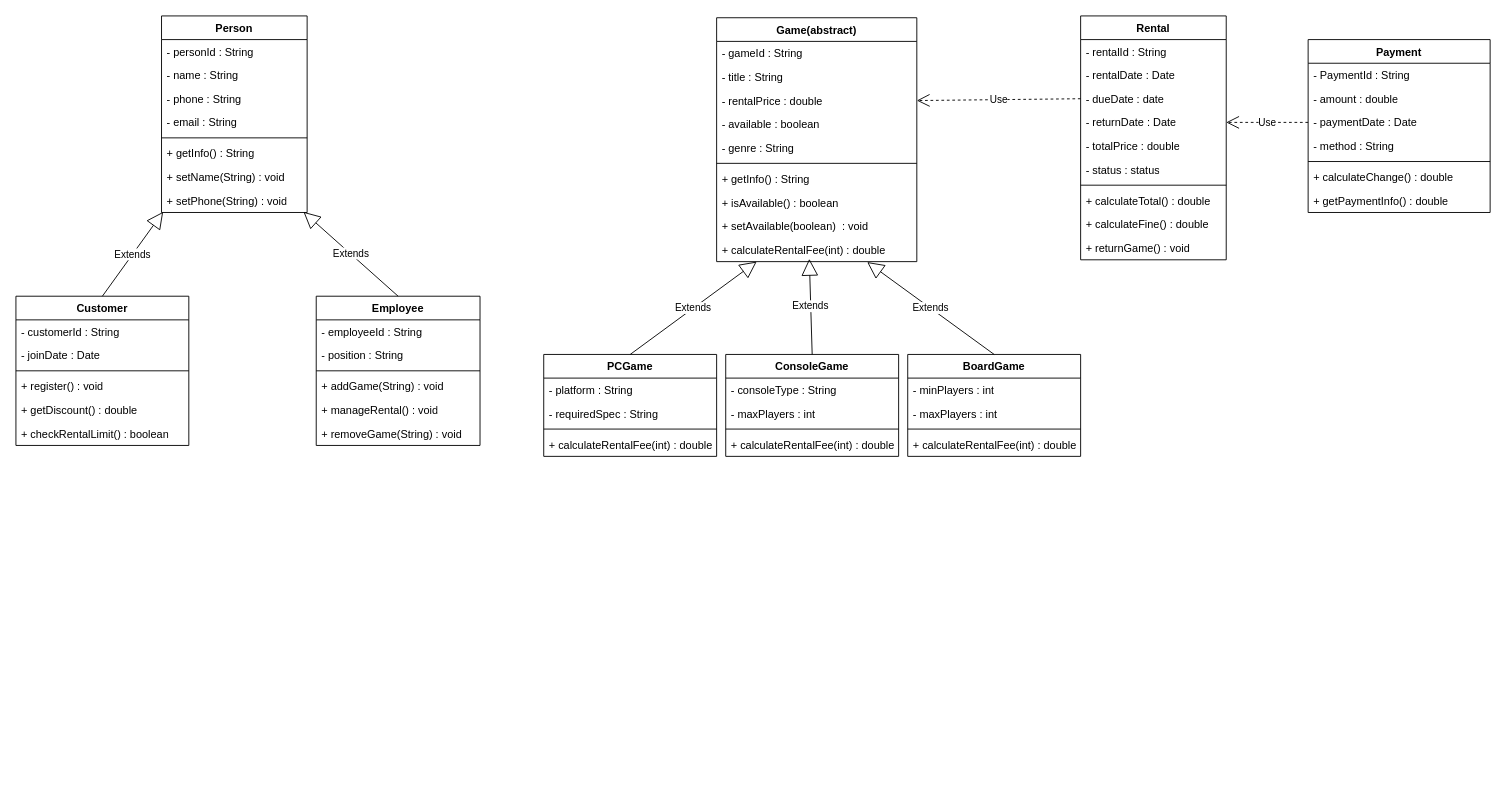
This is uml_project.drawio from narukami0x3/OOP_PROJECT, a draw.io file, before an edit. Source tidied: cells renumbered, new cells numbered last; positions are measured from the earlier drawing's top-left corner, leaving out a move shared by most shapes. Both pictures are drawn from the tidied source at 91%, with x=0, y=0 at pixel (15, 15).
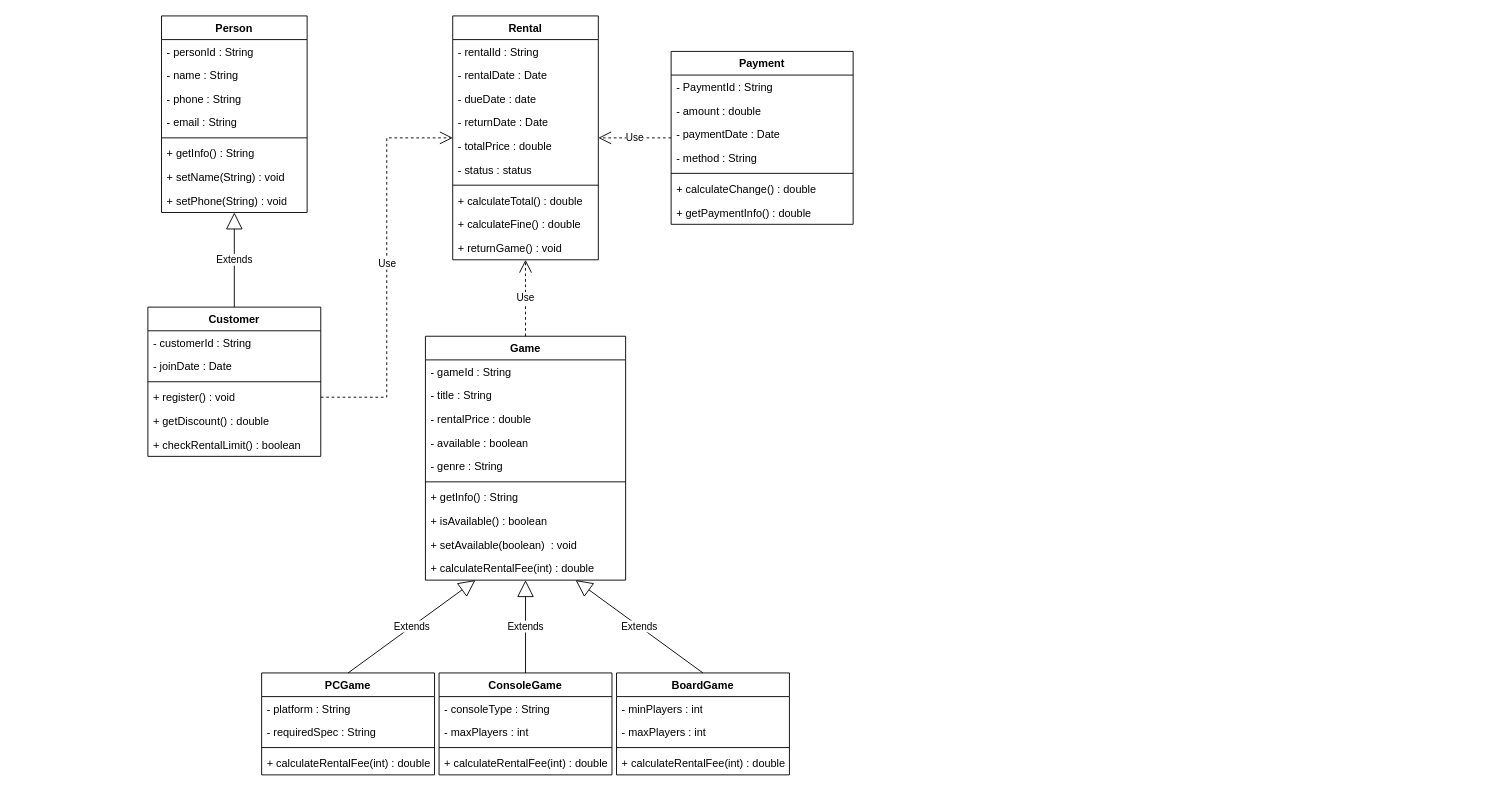
The same page after the edit.

The change refers to these unchanged cells:
```xml
<mxCell id="2" value="Person" style="swimlane;fontStyle=1;align=center;verticalAlign=top;horizontal=1;startSize=26;whiteSpace=wrap;html=1;" parent="1" vertex="1">
  <mxGeometry x="160" width="160" height="216" as="geometry" />
</mxCell>
<mxCell id="10" value="+ setPhone(String) : void" style="text;strokeColor=none;fillColor=none;align=left;verticalAlign=top;spacingLeft=4;spacingRight=4;overflow=hidden;points=[[0,0.5],[1,0.5]];portConstraint=eastwest;whiteSpace=wrap;html=1;" parent="2" vertex="1">
  <mxGeometry y="190" width="160" height="26" as="geometry" />
</mxCell>
<mxCell id="15" value="+ register() : void" style="text;strokeColor=none;fillColor=none;align=left;verticalAlign=top;spacingLeft=4;spacingRight=4;overflow=hidden;points=[[0,0.5],[1,0.5]];portConstraint=eastwest;whiteSpace=wrap;html=1;" parent="11" vertex="1">
  <mxGeometry y="86" width="190" height="26" as="geometry" />
</mxCell>
<mxCell id="28" value="- rentalPrice : double" style="text;strokeColor=none;fillColor=none;align=left;verticalAlign=top;spacingLeft=4;spacingRight=4;overflow=hidden;points=[[0,0.5],[1,0.5]];portConstraint=eastwest;whiteSpace=wrap;html=1;" parent="25" vertex="1">
  <mxGeometry y="78" width="220" height="26" as="geometry" />
</mxCell>
<mxCell id="35" value="+ calculateRentalFee(int) : double" style="text;strokeColor=none;fillColor=none;align=left;verticalAlign=top;spacingLeft=4;spacingRight=4;overflow=hidden;points=[[0,0.5],[1,0.5]];portConstraint=eastwest;whiteSpace=wrap;html=1;" parent="25" vertex="1">
  <mxGeometry y="242" width="220" height="26" as="geometry" />
</mxCell>
<mxCell id="39" value="- dueDate : date" style="text;strokeColor=none;fillColor=none;align=left;verticalAlign=top;spacingLeft=4;spacingRight=4;overflow=hidden;points=[[0,0.5],[1,0.5]];portConstraint=eastwest;whiteSpace=wrap;html=1;" parent="36" vertex="1">
  <mxGeometry y="78" width="160" height="26" as="geometry" />
</mxCell>
<mxCell id="40" value="- returnDate : Date" style="text;strokeColor=none;fillColor=none;align=left;verticalAlign=top;spacingLeft=4;spacingRight=4;overflow=hidden;points=[[0,0.5],[1,0.5]];portConstraint=eastwest;whiteSpace=wrap;html=1;" parent="36" vertex="1">
  <mxGeometry y="104" width="160" height="26" as="geometry" />
</mxCell>
<mxCell id="70" value="- paymentDate : Date" style="text;strokeColor=none;fillColor=none;align=left;verticalAlign=top;spacingLeft=4;spacingRight=4;overflow=hidden;points=[[0,0.5],[1,0.5]];portConstraint=eastwest;whiteSpace=wrap;html=1;" parent="67" vertex="1">
  <mxGeometry y="78" width="200" height="26" as="geometry" />
</mxCell>
```

What changed in the source:
```diff
@@
     <mxCell id="11" value="Customer" style="swimlane;fontStyle=1;align=center;verticalAlign=top;horizontal=1;startSize=26;whiteSpace=wrap;html=1;" parent="1" vertex="1">
-      <mxGeometry y="308" width="190" height="164" as="geometry" />
+      <mxGeometry x="145" y="320" width="190" height="164" as="geometry" />
     </mxCell>
@@
-    <mxCell id="18" value="Employee" style="swimlane;fontStyle=1;align=center;verticalAlign=top;horizontal=1;startSize=26;whiteSpace=wrap;html=1;" parent="1" vertex="1">
-      <mxGeometry x="330" y="308" width="180" height="164" as="geometry" />
-    </mxCell>
-    <mxCell id="19" value="- employeeId : String" style="text;strokeColor=none;fillColor=none;align=left;verticalAlign=top;spacingLeft=4;spacingRight=4;overflow=hidden;whiteSpace=wrap;html=1;" parent="18" vertex="1">
-      <mxGeometry y="26" width="180" height="26" as="geometry" />
-    </mxCell>
-    <mxCell id="20" value="- position : String" style="text;strokeColor=none;fillColor=none;align=left;verticalAlign=top;spacingLeft=4;spacingRight=4;overflow=hidden;whiteSpace=wrap;html=1;" parent="18" vertex="1">
-      <mxGeometry y="52" width="180" height="26" as="geometry" />
-    </mxCell>
-    <mxCell id="21" style="line;strokeWidth=1;fillColor=none;align=left;verticalAlign=middle;spacingTop=-1;spacingLeft=3;spacingRight=3;labelPosition=right;strokeColor=inherit;" parent="18" vertex="1">
-      <mxGeometry y="78" width="180" height="8" as="geometry" />
-    </mxCell>
-    <mxCell id="22" value="+ addGame(String) : void" style="text;strokeColor=none;fillColor=none;align=left;verticalAlign=top;spacingLeft=4;spacingRight=4;overflow=hidden;whiteSpace=wrap;html=1;" parent="18" vertex="1">
-      <mxGeometry y="86" width="180" height="26" as="geometry" />
-    </mxCell>
-    <mxCell id="23" value="+ manageRental() : void" style="text;strokeColor=none;fillColor=none;align=left;verticalAlign=top;spacingLeft=4;spacingRight=4;overflow=hidden;whiteSpace=wrap;html=1;" parent="18" vertex="1">
-      <mxGeometry y="112" width="180" height="26" as="geometry" />
-    </mxCell>
-    <mxCell id="24" value="+ removeGame(String) : void" style="text;strokeColor=none;fillColor=none;align=left;verticalAlign=top;spacingLeft=4;spacingRight=4;overflow=hidden;whiteSpace=wrap;html=1;" parent="18" vertex="1">
-      <mxGeometry y="138" width="180" height="26" as="geometry" />
-    </mxCell>
-    <mxCell id="25" value="Game(abstract)" style="swimlane;fontStyle=1;align=center;verticalAlign=top;horizontal=1;startSize=26;whiteSpace=wrap;html=1;" parent="1" vertex="1">
-      <mxGeometry x="770" y="2" width="220" height="268" as="geometry" />
+    <mxCell id="25" value="Game" style="swimlane;fontStyle=1;align=center;verticalAlign=top;horizontal=1;startSize=26;whiteSpace=wrap;html=1;" parent="1" vertex="1">
+      <mxGeometry x="450" y="352" width="220" height="268" as="geometry" />
     </mxCell>
@@
     <mxCell id="36" value="Rental" style="swimlane;fontStyle=1;align=center;verticalAlign=top;horizontal=1;startSize=26;whiteSpace=wrap;html=1;" parent="1" vertex="1">
-      <mxGeometry x="1170" width="160" height="268" as="geometry" />
+      <mxGeometry x="480" width="160" height="268" as="geometry" />
     </mxCell>
@@
     <mxCell id="47" value="PCGame" style="swimlane;fontStyle=1;align=center;verticalAlign=top;horizontal=1;startSize=26;whiteSpace=wrap;html=1;" parent="1" vertex="1">
-      <mxGeometry x="580" y="372" width="190" height="112" as="geometry" />
+      <mxGeometry x="270" y="722" width="190" height="112" as="geometry" />
     </mxCell>
@@
     <mxCell id="52" value="ConsoleGame" style="swimlane;fontStyle=1;align=center;verticalAlign=top;horizontal=1;startSize=26;whiteSpace=wrap;html=1;" parent="1" vertex="1">
-      <mxGeometry x="780" y="372" width="190" height="112" as="geometry" />
+      <mxGeometry x="465" y="722" width="190" height="112" as="geometry" />
     </mxCell>
@@
     <mxCell id="57" value="BoardGame" style="swimlane;fontStyle=1;align=center;verticalAlign=top;horizontal=1;startSize=26;whiteSpace=wrap;html=1;" parent="1" vertex="1">
-      <mxGeometry x="980" y="372" width="190" height="112" as="geometry" />
+      <mxGeometry x="660" y="722" width="190" height="112" as="geometry" />
     </mxCell>
@@
-    <mxCell id="62" value="Extends" style="endArrow=block;endSize=16;endFill=0;html=1;rounded=0;exitX=0.5;exitY=0;exitDx=0;exitDy=0;entryX=0.011;entryY=0.973;entryDx=0;entryDy=0;entryPerimeter=0;" parent="1" edge="1" source="11" target="10">
-      <mxGeometry relative="1" as="geometry" />
-    </mxCell>
-    <mxCell id="63" value="Extends" style="endArrow=block;endSize=16;endFill=0;html=1;rounded=0;exitX=0.5;exitY=0;exitDx=0;exitDy=0;entryX=0.975;entryY=0.973;entryDx=0;entryDy=0;entryPerimeter=0;" parent="1" edge="1" source="18" target="10">
-      <mxGeometry relative="1" as="geometry" />
-    </mxCell>
-    <mxCell id="64" value="Extends" style="endArrow=block;endSize=16;endFill=0;html=1;rounded=0;exitX=0.5;exitY=0;exitDx=0;exitDy=0;entryX=0.2;entryY=1;entryDx=0;entryDy=0;entryPerimeter=0;" parent="1" edge="1" source="47" target="35">
-      <mxGeometry relative="1" as="geometry" />
-    </mxCell>
-    <mxCell id="65" value="Extends" style="endArrow=block;endSize=16;endFill=0;html=1;rounded=0;exitX=0.5;exitY=0;exitDx=0;exitDy=0;entryX=0.463;entryY=0.882;entryDx=0;entryDy=0;entryPerimeter=0;" parent="1" edge="1" source="52" target="35">
-      <mxGeometry relative="1" as="geometry" />
-    </mxCell>
-    <mxCell id="66" value="Extends" style="endArrow=block;endSize=16;endFill=0;html=1;rounded=0;entryX=0.752;entryY=1.018;entryDx=0;entryDy=0;entryPerimeter=0;exitX=0.5;exitY=0;exitDx=0;exitDy=0;" parent="1" edge="1" source="57" target="35">
-      <mxGeometry relative="1" as="geometry" />
-    </mxCell>
     <mxCell id="67" value="Payment" style="swimlane;fontStyle=1;align=center;verticalAlign=top;horizontal=1;startSize=26;whiteSpace=wrap;html=1;" parent="1" vertex="1">
-      <mxGeometry x="1420" y="26" width="200" height="190" as="geometry" />
+      <mxGeometry x="720" y="39" width="200" height="190" as="geometry" />
     </mxCell>
@@
-    <mxCell id="75" value="Use" style="endArrow=open;endSize=12;dashed=1;html=1;rounded=0;entryX=1;entryY=0.5;entryDx=0;entryDy=0;exitX=0;exitY=0.5;exitDx=0;exitDy=0;" parent="1" edge="1" source="39" target="28">
-      <mxGeometry relative="1" as="geometry" />
-    </mxCell>
-    <mxCell id="76" value="Use" style="endArrow=open;endSize=12;dashed=1;html=1;rounded=0;entryX=1;entryY=0.5;entryDx=0;entryDy=0;exitX=0;exitY=0.5;exitDx=0;exitDy=0;" parent="1" edge="1" source="70" target="40">
-      <mxGeometry relative="1" as="geometry" />
-    </mxCell>
+    <mxCell id="77" value="Extends" style="endArrow=block;endSize=16;endFill=0;html=1;rounded=0;entryX=0.5;entryY=1;entryDx=0;entryDy=0;exitX=0.5;exitY=0;exitDx=0;exitDy=0;" parent="1" edge="1" source="11" target="2">
+      <mxGeometry relative="1" as="geometry" />
+    </mxCell>
+    <mxCell id="78" value="Extends" style="endArrow=block;endSize=16;endFill=0;html=1;rounded=0;exitX=0.5;exitY=0;exitDx=0;exitDy=0;entryX=0.25;entryY=1;entryDx=0;entryDy=0;" parent="1" edge="1" source="47" target="25">
+      <mxGeometry relative="1" as="geometry" />
+    </mxCell>
+    <mxCell id="79" value="Extends" style="endArrow=block;endSize=16;endFill=0;html=1;rounded=0;exitX=0.5;exitY=0;exitDx=0;exitDy=0;entryX=0.5;entryY=1;entryDx=0;entryDy=0;" parent="1" edge="1" source="52" target="25">
+      <mxGeometry relative="1" as="geometry" />
+    </mxCell>
+    <mxCell id="80" value="Extends" style="endArrow=block;endSize=16;endFill=0;html=1;rounded=0;exitX=0.5;exitY=0;exitDx=0;exitDy=0;entryX=0.75;entryY=1;entryDx=0;entryDy=0;" parent="1" edge="1" source="57" target="25">
+      <mxGeometry relative="1" as="geometry" />
+    </mxCell>
+    <mxCell id="81" value="Use" style="endArrow=open;endSize=12;dashed=1;html=1;rounded=0;entryX=0.5;entryY=1;entryDx=0;entryDy=0;exitX=0.5;exitY=0;exitDx=0;exitDy=0;" parent="1" edge="1" source="25" target="36">
+      <mxGeometry relative="1" as="geometry" />
+    </mxCell>
+    <mxCell id="82" value="Use" style="endArrow=open;endSize=12;dashed=1;html=1;rounded=0;entryX=1;entryY=0.5;entryDx=0;entryDy=0;exitX=0;exitY=0.5;exitDx=0;exitDy=0;" parent="1" edge="1" source="67" target="36">
+      <mxGeometry relative="1" as="geometry" />
+    </mxCell>
+    <mxCell id="83" value="Use" style="endArrow=open;endSize=12;dashed=1;html=1;rounded=0;exitX=1;exitY=0.5;exitDx=0;exitDy=0;entryX=0;entryY=0.5;entryDx=0;entryDy=0;edgeStyle=orthogonalEdgeStyle;" parent="1" edge="1" source="15" target="36">
+      <mxGeometry x="0.03" relative="1" as="geometry">
+        <mxPoint y="1" as="offset" />
+      </mxGeometry>
+    </mxCell>
```
